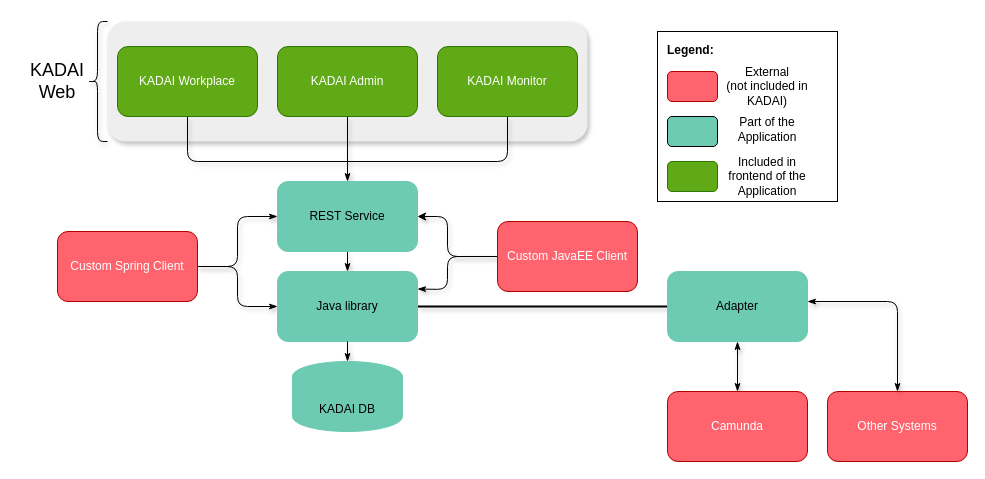
Before: docs/images/drawio/components.drawio in kadai-io/kadai, a draw.io diagram. Source tidied: cells renumbered, new cells numbered last; positions are measured from the earlier drawing's top-left corner, leaving out a move shared by most shapes. Both pictures are drawn from the tidied source at 100%, with x=0, y=0 at pixel (17, 21).
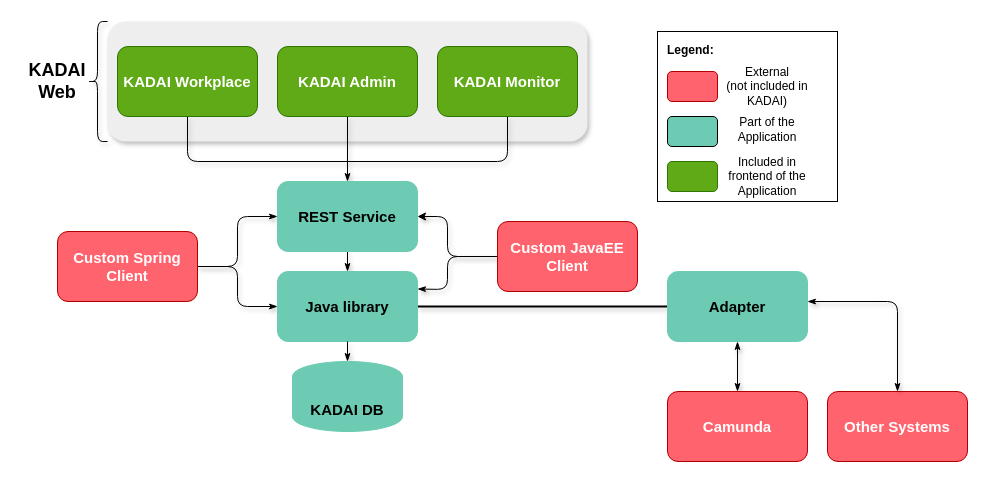
After the change.

Commit message (it also covers changes not shown here):
KAD-584: bigger text in components figure

Change to the diagram source:
```diff
@@
-    <mxCell id="6" value="Java library" style="rounded=1;whiteSpace=wrap;html=1;fillColor=#6CCBB2;strokeColor=#6CCBB2;shadow=0;" parent="1" vertex="1">
+    <mxCell id="6" value="Java library" style="rounded=1;whiteSpace=wrap;html=1;fillColor=#6CCBB2;strokeColor=#6CCBB2;shadow=0;fontSize=15;fontStyle=1;" parent="1" vertex="1">
       <mxGeometry x="260" y="250" width="140" height="70" as="geometry" />
     </mxCell>
@@
-    <mxCell id="8" value="KADAI DB" style="shape=cylinder3;whiteSpace=wrap;html=1;boundedLbl=1;backgroundOutline=1;size=15;fillColor=#6CCBB2;strokeColor=#6CCBB2;shadow=0;" parent="1" vertex="1">
+    <mxCell id="8" value="KADAI DB" style="shape=cylinder3;whiteSpace=wrap;html=1;boundedLbl=1;backgroundOutline=1;size=15;fillColor=#6CCBB2;strokeColor=#6CCBB2;shadow=0;fontSize=15;fontStyle=1;" parent="1" vertex="1">
       <mxGeometry x="275" y="340" width="110" height="70" as="geometry" />
     </mxCell>
@@
-    <mxCell id="13" value="REST Service" style="rounded=1;whiteSpace=wrap;html=1;fillColor=#6CCBB2;strokeColor=#6CCBB2;shadow=0;" parent="1" vertex="1">
+    <mxCell id="13" value="REST Service" style="rounded=1;whiteSpace=wrap;html=1;fillColor=#6CCBB2;strokeColor=#6CCBB2;shadow=0;fontSize=15;fontStyle=1;" parent="1" vertex="1">
       <mxGeometry x="260" y="160" width="140" height="70" as="geometry" />
     </mxCell>
@@
-    <mxCell id="16" value="Custom JavaEE Client" style="rounded=1;whiteSpace=wrap;html=1;fillColor=#FF636D;strokeColor=#B20000;shadow=0;fontColor=#ffffff;" parent="1" vertex="1">
+    <mxCell id="16" value="Custom JavaEE Client" style="rounded=1;whiteSpace=wrap;html=1;fillColor=#FF636D;strokeColor=#B20000;shadow=0;fontColor=#ffffff;fontSize=15;fontStyle=1;" parent="1" vertex="1">
       <mxGeometry x="480" y="200" width="140" height="70" as="geometry" />
     </mxCell>
-    <mxCell id="17" value="Custom Spring Client" style="rounded=1;whiteSpace=wrap;html=1;fillColor=#FF636D;strokeColor=#B20000;shadow=0;fontColor=#ffffff;" parent="1" vertex="1">
+    <mxCell id="17" value="Custom Spring Client" style="rounded=1;whiteSpace=wrap;html=1;fillColor=#FF636D;strokeColor=#B20000;shadow=0;fontColor=#ffffff;fontSize=15;fontStyle=1;" parent="1" vertex="1">
       <mxGeometry x="40" y="210" width="140" height="70" as="geometry" />
     </mxCell>
-    <mxCell id="18" value="KADAI Workplace" style="rounded=1;whiteSpace=wrap;html=1;fillColor=#60a917;shadow=0;strokeColor=#2D7600;fontColor=#ffffff;" parent="1" vertex="1">
+    <mxCell id="18" value="KADAI Workplace" style="rounded=1;whiteSpace=wrap;html=1;fillColor=#60a917;shadow=0;strokeColor=#2D7600;fontColor=#ffffff;fontSize=15;fontStyle=1;" parent="1" vertex="1">
       <mxGeometry x="100" y="25" width="140" height="70" as="geometry" />
     </mxCell>
-    <mxCell id="19" value="KADAI Admin" style="rounded=1;whiteSpace=wrap;html=1;fillColor=#60a917;shadow=0;strokeColor=#2D7600;fontColor=#ffffff;" parent="1" vertex="1">
+    <mxCell id="19" value="KADAI Admin" style="rounded=1;whiteSpace=wrap;html=1;fillColor=#60a917;shadow=0;strokeColor=#2D7600;fontColor=#ffffff;fontSize=15;fontStyle=1;" parent="1" vertex="1">
       <mxGeometry x="260" y="25" width="140" height="70" as="geometry" />
     </mxCell>
-    <mxCell id="20" value="KADAI Monitor" style="rounded=1;whiteSpace=wrap;html=1;fillColor=#60a917;shadow=0;strokeColor=#2D7600;fontColor=#ffffff;" parent="1" vertex="1">
+    <mxCell id="20" value="KADAI Monitor" style="rounded=1;whiteSpace=wrap;html=1;fillColor=#60a917;shadow=0;strokeColor=#2D7600;fontColor=#ffffff;fontSize=15;fontStyle=1;" parent="1" vertex="1">
       <mxGeometry x="420" y="25" width="140" height="70" as="geometry" />
     </mxCell>
-    <mxCell id="21" value="&lt;font style=&quot;font-size: 18px&quot;&gt;KADAI Web&lt;/font&gt;" style="rounded=0;whiteSpace=wrap;html=1;fillColor=none;strokeColor=none;shadow=0;" parent="1" vertex="1">
+    <mxCell id="21" value="&lt;font style=&quot;font-size: 18px&quot;&gt;KADAI Web&lt;/font&gt;" style="rounded=0;whiteSpace=wrap;html=1;fillColor=none;strokeColor=none;shadow=0;fontStyle=1;" parent="1" vertex="1">
       <mxGeometry y="40" width="80" height="40" as="geometry" />
     </mxCell>
@@
-    <mxCell id="23" value="Adapter" style="rounded=1;whiteSpace=wrap;html=1;fillColor=#6CCBB2;strokeColor=#6CCBB2;shadow=0;" parent="1" vertex="1">
+    <mxCell id="23" value="Adapter" style="rounded=1;whiteSpace=wrap;html=1;fillColor=#6CCBB2;strokeColor=#6CCBB2;shadow=0;fontSize=15;fontStyle=1;" parent="1" vertex="1">
       <mxGeometry x="650" y="250" width="140" height="70" as="geometry" />
     </mxCell>
@@
-    <mxCell id="25" value="Camunda" style="rounded=1;whiteSpace=wrap;html=1;fillColor=#FF636D;strokeColor=#B20000;shadow=0;fontColor=#ffffff;" parent="1" vertex="1">
+    <mxCell id="25" value="Camunda" style="rounded=1;whiteSpace=wrap;html=1;fillColor=#FF636D;strokeColor=#B20000;shadow=0;fontColor=#ffffff;fontSize=15;fontStyle=1;" parent="1" vertex="1">
       <mxGeometry x="650" y="370" width="140" height="70" as="geometry" />
     </mxCell>
@@
-    <mxCell id="30" value="Other Systems" style="rounded=1;whiteSpace=wrap;html=1;fillColor=#FF636D;strokeColor=#B20000;shadow=0;fontColor=#ffffff;" parent="1" vertex="1">
+    <mxCell id="30" value="Other Systems" style="rounded=1;whiteSpace=wrap;html=1;fillColor=#FF636D;strokeColor=#B20000;shadow=0;fontColor=#ffffff;fontSize=15;fontStyle=1;" parent="1" vertex="1">
       <mxGeometry x="810" y="370" width="140" height="70" as="geometry" />
     </mxCell>
```
